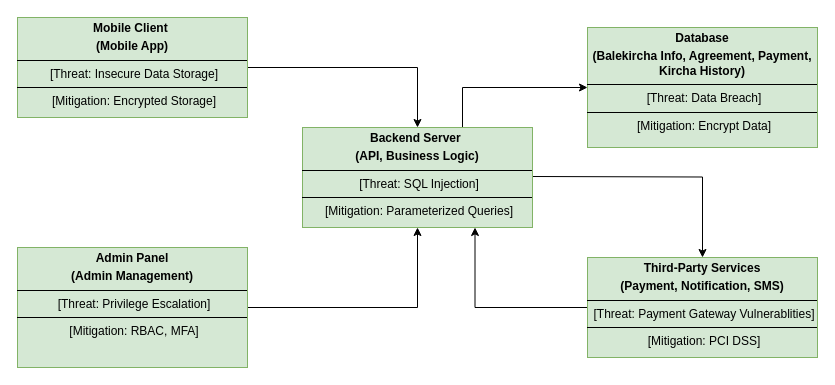
Before: page "Dk Threat Model" (11 of 12) of Digital Equb DFD.drawio in fasil712/UML_Diagram_Design, a draw.io diagram. Source tidied: cells renumbered, new cells numbered last; positions are measured from the earlier drawing's top-left corner, leaving out a move shared by most shapes. Both pictures are drawn from the tidied source at 100%, with x=0, y=0 at pixel (17, 17).
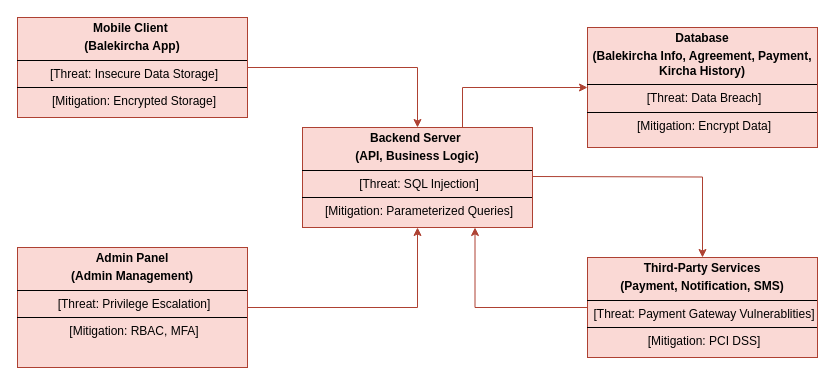
Above is the later version.

The edit, as a diff of the source:
```diff
@@
 <mxGraphModel>
   <root>
     <mxCell id="0" />
     <mxCell id="1" parent="0" />
-    <mxCell id="2" style="edgeStyle=orthogonalEdgeStyle;rounded=0;jettySize=auto;html=1;" parent="1" edge="1" source="3" target="9">
+    <mxCell id="2" style="edgeStyle=orthogonalEdgeStyle;rounded=0;jettySize=auto;html=1;fillColor=#fad9d5;strokeColor=#ae4132;" parent="1" edge="1" source="3" target="9">
       <mxGeometry relative="1" as="geometry" />
     </mxCell>
-    <mxCell id="3" value="&lt;p style=&quot;margin: 4px 0px 0px;&quot;&gt;&lt;b&gt;Mobile Client&amp;nbsp;&lt;/b&gt;&lt;/p&gt;&lt;p style=&quot;margin: 4px 0px 0px;&quot;&gt;&lt;b style=&quot;background-color: transparent; color: light-dark(rgb(0, 0, 0), rgb(255, 255, 255));&quot;&gt;(Mobile App)&lt;/b&gt;&lt;/p&gt;&lt;hr style=&quot;border-style:solid;&quot; size=&quot;1&quot;&gt;&lt;p style=&quot;margin:0px;margin-left:4px;&quot;&gt;[Threat: Insecure Data Storage]&lt;/p&gt;&lt;hr style=&quot;border-style:solid;&quot; size=&quot;1&quot;&gt;&lt;p style=&quot;margin:0px;margin-left:4px;&quot;&gt;[Mitigation: Encrypted Storage]&lt;/p&gt;" style="verticalAlign=top;align=center;overflow=fill;html=1;whiteSpace=wrap;fillColor=#d5e8d4;strokeColor=#82b366;" parent="1" vertex="1">
+    <mxCell id="3" value="&lt;p style=&quot;margin: 4px 0px 0px;&quot;&gt;&lt;b&gt;Mobile Client&amp;nbsp;&lt;/b&gt;&lt;/p&gt;&lt;p style=&quot;margin: 4px 0px 0px;&quot;&gt;&lt;b style=&quot;background-color: transparent; color: light-dark(rgb(0, 0, 0), rgb(255, 255, 255));&quot;&gt;(&lt;/b&gt;&lt;b style=&quot;color: light-dark(rgb(0, 0, 0), rgb(255, 255, 255)); background-color: transparent;&quot;&gt;Balekircha&amp;nbsp;&lt;/b&gt;&lt;b style=&quot;background-color: transparent; color: light-dark(rgb(0, 0, 0), rgb(255, 255, 255));&quot;&gt;App)&lt;/b&gt;&lt;/p&gt;&lt;hr style=&quot;border-style:solid;&quot; size=&quot;1&quot;&gt;&lt;p style=&quot;margin:0px;margin-left:4px;&quot;&gt;[Threat: Insecure Data Storage]&lt;/p&gt;&lt;hr style=&quot;border-style:solid;&quot; size=&quot;1&quot;&gt;&lt;p style=&quot;margin:0px;margin-left:4px;&quot;&gt;[Mitigation: Encrypted Storage]&lt;/p&gt;" style="verticalAlign=top;align=center;overflow=fill;html=1;whiteSpace=wrap;fillColor=#fad9d5;strokeColor=#ae4132;" parent="1" vertex="1">
       <mxGeometry width="230" height="100" as="geometry" />
     </mxCell>
-    <mxCell id="4" style="edgeStyle=orthogonalEdgeStyle;rounded=0;jettySize=auto;html=1;entryX=0.75;entryY=1;entryDx=0;entryDy=0;" parent="1" edge="1" source="5" target="9">
+    <mxCell id="4" style="edgeStyle=orthogonalEdgeStyle;rounded=0;jettySize=auto;html=1;entryX=0.75;entryY=1;entryDx=0;entryDy=0;fillColor=#fad9d5;strokeColor=#ae4132;" parent="1" edge="1" source="5" target="9">
       <mxGeometry relative="1" as="geometry" />
     </mxCell>
-    <mxCell id="5" value="&lt;p style=&quot;margin: 4px 0px 0px;&quot;&gt;&lt;b&gt;Third-Party Services&lt;/b&gt;&lt;/p&gt;&lt;p style=&quot;margin: 4px 0px 0px;&quot;&gt;&lt;b style=&quot;background-color: transparent; color: light-dark(rgb(0, 0, 0), rgb(255, 255, 255));&quot;&gt;(Payment, Notification, SMS)&lt;/b&gt;&lt;/p&gt;&lt;hr style=&quot;border-style:solid;&quot; size=&quot;1&quot;&gt;&lt;p style=&quot;margin:0px;margin-left:4px;&quot;&gt;[Threat: Payment Gateway Vulnerablities]&lt;/p&gt;&lt;hr style=&quot;border-style:solid;&quot; size=&quot;1&quot;&gt;&lt;p style=&quot;margin:0px;margin-left:4px;&quot;&gt;[Mitigation: PCI DSS]&lt;/p&gt;" style="verticalAlign=top;align=center;overflow=fill;html=1;whiteSpace=wrap;fillColor=#d5e8d4;strokeColor=#82b366;" parent="1" vertex="1">
+    <mxCell id="5" value="&lt;p style=&quot;margin: 4px 0px 0px;&quot;&gt;&lt;b&gt;Third-Party Services&lt;/b&gt;&lt;/p&gt;&lt;p style=&quot;margin: 4px 0px 0px;&quot;&gt;&lt;b style=&quot;background-color: transparent; color: light-dark(rgb(0, 0, 0), rgb(255, 255, 255));&quot;&gt;(Payment, Notification, SMS)&lt;/b&gt;&lt;/p&gt;&lt;hr style=&quot;border-style:solid;&quot; size=&quot;1&quot;&gt;&lt;p style=&quot;margin:0px;margin-left:4px;&quot;&gt;[Threat: Payment Gateway Vulnerablities]&lt;/p&gt;&lt;hr style=&quot;border-style:solid;&quot; size=&quot;1&quot;&gt;&lt;p style=&quot;margin:0px;margin-left:4px;&quot;&gt;[Mitigation: PCI DSS]&lt;/p&gt;" style="verticalAlign=top;align=center;overflow=fill;html=1;whiteSpace=wrap;fillColor=#fad9d5;strokeColor=#ae4132;" parent="1" vertex="1">
       <mxGeometry x="570" y="240" width="230" height="100" as="geometry" />
     </mxCell>
-    <mxCell id="6" value="&lt;p style=&quot;margin: 4px 0px 0px;&quot;&gt;&lt;b&gt;Database&lt;/b&gt;&lt;/p&gt;&lt;p style=&quot;margin: 4px 0px 0px;&quot;&gt;&lt;b style=&quot;background-color: transparent; color: light-dark(rgb(0, 0, 0), rgb(255, 255, 255));&quot;&gt;(Balekircha Info, Agreement, Payment, Kircha History)&lt;/b&gt;&lt;/p&gt;&lt;hr style=&quot;border-style:solid;&quot; size=&quot;1&quot;&gt;&lt;p style=&quot;margin:0px;margin-left:4px;&quot;&gt;[Threat: Data Breach]&lt;/p&gt;&lt;hr style=&quot;border-style:solid;&quot; size=&quot;1&quot;&gt;&lt;p style=&quot;margin:0px;margin-left:4px;&quot;&gt;[Mitigation: Encrypt Data]&lt;/p&gt;" style="verticalAlign=top;align=center;overflow=fill;html=1;whiteSpace=wrap;fillColor=#d5e8d4;strokeColor=#82b366;" parent="1" vertex="1">
+    <mxCell id="6" value="&lt;p style=&quot;margin: 4px 0px 0px;&quot;&gt;&lt;b&gt;Database&lt;/b&gt;&lt;/p&gt;&lt;p style=&quot;margin: 4px 0px 0px;&quot;&gt;&lt;b style=&quot;background-color: transparent; color: light-dark(rgb(0, 0, 0), rgb(255, 255, 255));&quot;&gt;(Balekircha Info, Agreement, Payment, Kircha History)&lt;/b&gt;&lt;/p&gt;&lt;hr style=&quot;border-style:solid;&quot; size=&quot;1&quot;&gt;&lt;p style=&quot;margin:0px;margin-left:4px;&quot;&gt;[Threat: Data Breach]&lt;/p&gt;&lt;hr style=&quot;border-style:solid;&quot; size=&quot;1&quot;&gt;&lt;p style=&quot;margin:0px;margin-left:4px;&quot;&gt;[Mitigation: Encrypt Data]&lt;/p&gt;" style="verticalAlign=top;align=center;overflow=fill;html=1;whiteSpace=wrap;fillColor=#fad9d5;strokeColor=#ae4132;" parent="1" vertex="1">
       <mxGeometry x="570" y="10" width="230" height="120" as="geometry" />
     </mxCell>
-    <mxCell id="7" style="edgeStyle=orthogonalEdgeStyle;rounded=0;jettySize=auto;html=1;" parent="1" edge="1" target="5">
+    <mxCell id="7" style="edgeStyle=orthogonalEdgeStyle;rounded=0;jettySize=auto;html=1;fillColor=#fad9d5;strokeColor=#ae4132;" parent="1" edge="1" target="5">
       <mxGeometry relative="1" as="geometry">
         <mxPoint x="515" y="159" as="sourcePoint" />
       </mxGeometry>
     </mxCell>
-    <mxCell id="8" style="edgeStyle=orthogonalEdgeStyle;rounded=0;jettySize=auto;html=1;" parent="1" edge="1" source="9" target="6">
+    <mxCell id="8" style="edgeStyle=orthogonalEdgeStyle;rounded=0;jettySize=auto;html=1;fillColor=#fad9d5;strokeColor=#ae4132;" parent="1" edge="1" source="9" target="6">
       <mxGeometry relative="1" as="geometry">
         <Array as="points">
           <mxPoint x="445" y="70" />
         </Array>
       </mxGeometry>
     </mxCell>
-    <mxCell id="9" value="&lt;p style=&quot;margin: 4px 0px 0px;&quot;&gt;&lt;b&gt;Backend Server&amp;nbsp;&lt;/b&gt;&lt;/p&gt;&lt;p style=&quot;margin: 4px 0px 0px;&quot;&gt;&lt;b style=&quot;background-color: transparent; color: light-dark(rgb(0, 0, 0), rgb(255, 255, 255));&quot;&gt;(API, Business Logic)&lt;/b&gt;&lt;/p&gt;&lt;hr style=&quot;border-style:solid;&quot; size=&quot;1&quot;&gt;&lt;p style=&quot;margin:0px;margin-left:4px;&quot;&gt;[Threat: SQL Injection]&lt;/p&gt;&lt;hr style=&quot;border-style:solid;&quot; size=&quot;1&quot;&gt;&lt;p style=&quot;margin:0px;margin-left:4px;&quot;&gt;[Mitigation: Parameterized Queries]&lt;/p&gt;" style="verticalAlign=top;align=center;overflow=fill;html=1;whiteSpace=wrap;fillColor=#d5e8d4;strokeColor=#82b366;" parent="1" vertex="1">
+    <mxCell id="9" value="&lt;p style=&quot;margin: 4px 0px 0px;&quot;&gt;&lt;b&gt;Backend Server&amp;nbsp;&lt;/b&gt;&lt;/p&gt;&lt;p style=&quot;margin: 4px 0px 0px;&quot;&gt;&lt;b style=&quot;background-color: transparent; color: light-dark(rgb(0, 0, 0), rgb(255, 255, 255));&quot;&gt;(API, Business Logic)&lt;/b&gt;&lt;/p&gt;&lt;hr style=&quot;border-style:solid;&quot; size=&quot;1&quot;&gt;&lt;p style=&quot;margin:0px;margin-left:4px;&quot;&gt;[Threat: SQL Injection]&lt;/p&gt;&lt;hr style=&quot;border-style:solid;&quot; size=&quot;1&quot;&gt;&lt;p style=&quot;margin:0px;margin-left:4px;&quot;&gt;[Mitigation: Parameterized Queries]&lt;/p&gt;" style="verticalAlign=top;align=center;overflow=fill;html=1;whiteSpace=wrap;fillColor=#fad9d5;strokeColor=#ae4132;" parent="1" vertex="1">
       <mxGeometry x="285" y="110" width="230" height="100" as="geometry" />
     </mxCell>
-    <mxCell id="10" style="edgeStyle=orthogonalEdgeStyle;rounded=0;jettySize=auto;html=1;entryX=0.5;entryY=1;entryDx=0;entryDy=0;" parent="1" edge="1" source="11" target="9">
+    <mxCell id="10" style="edgeStyle=orthogonalEdgeStyle;rounded=0;jettySize=auto;html=1;entryX=0.5;entryY=1;entryDx=0;entryDy=0;fillColor=#fad9d5;strokeColor=#ae4132;" parent="1" edge="1" source="11" target="9">
       <mxGeometry relative="1" as="geometry" />
     </mxCell>
-    <mxCell id="11" value="&lt;p style=&quot;margin: 4px 0px 0px;&quot;&gt;&lt;b&gt;Admin Panel&lt;/b&gt;&lt;/p&gt;&lt;p style=&quot;margin: 4px 0px 0px;&quot;&gt;&lt;b style=&quot;background-color: transparent; color: light-dark(rgb(0, 0, 0), rgb(255, 255, 255));&quot;&gt;(Admin Management)&lt;/b&gt;&lt;/p&gt;&lt;hr style=&quot;border-style:solid;&quot; size=&quot;1&quot;&gt;&lt;p style=&quot;margin:0px;margin-left:4px;&quot;&gt;[Threat: Privilege Escalation]&lt;/p&gt;&lt;hr style=&quot;border-style:solid;&quot; size=&quot;1&quot;&gt;&lt;p style=&quot;margin:0px;margin-left:4px;&quot;&gt;[Mitigation: RBAC, MFA]&lt;/p&gt;" style="verticalAlign=top;align=center;overflow=fill;html=1;whiteSpace=wrap;fillColor=#d5e8d4;strokeColor=#82b366;" parent="1" vertex="1">
+    <mxCell id="11" value="&lt;p style=&quot;margin: 4px 0px 0px;&quot;&gt;&lt;b&gt;Admin Panel&lt;/b&gt;&lt;/p&gt;&lt;p style=&quot;margin: 4px 0px 0px;&quot;&gt;&lt;b style=&quot;background-color: transparent; color: light-dark(rgb(0, 0, 0), rgb(255, 255, 255));&quot;&gt;(Admin Management)&lt;/b&gt;&lt;/p&gt;&lt;hr style=&quot;border-style:solid;&quot; size=&quot;1&quot;&gt;&lt;p style=&quot;margin:0px;margin-left:4px;&quot;&gt;[Threat: Privilege Escalation]&lt;/p&gt;&lt;hr style=&quot;border-style:solid;&quot; size=&quot;1&quot;&gt;&lt;p style=&quot;margin:0px;margin-left:4px;&quot;&gt;[Mitigation: RBAC, MFA]&lt;/p&gt;" style="verticalAlign=top;align=center;overflow=fill;html=1;whiteSpace=wrap;fillColor=#fad9d5;strokeColor=#ae4132;" parent="1" vertex="1">
       <mxGeometry y="230" width="230" height="120" as="geometry" />
     </mxCell>
   </root>
 </mxGraphModel>
```
